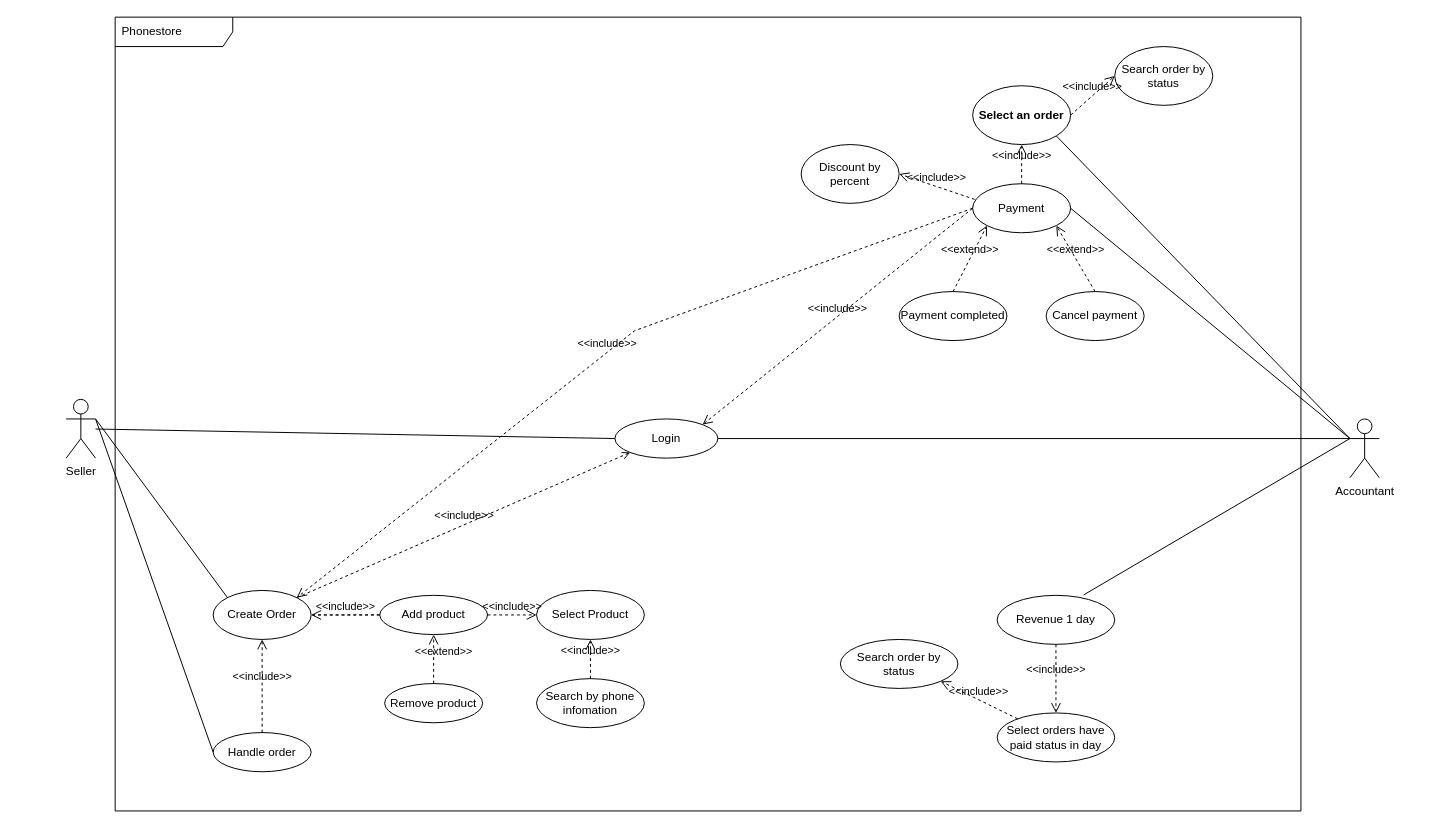
This is page "UseCase" (1 of 5) of Phonestore.drawio from anhdat2001d/Project-1, a draw.io file, before an edit. Source tidied: cells renumbered, new cells numbered last; positions are measured from the earlier drawing's top-left corner, leaving out a move shared by most shapes. Both pictures are drawn from the tidied source at 98%, with x=0, y=0 at pixel (66, 17).
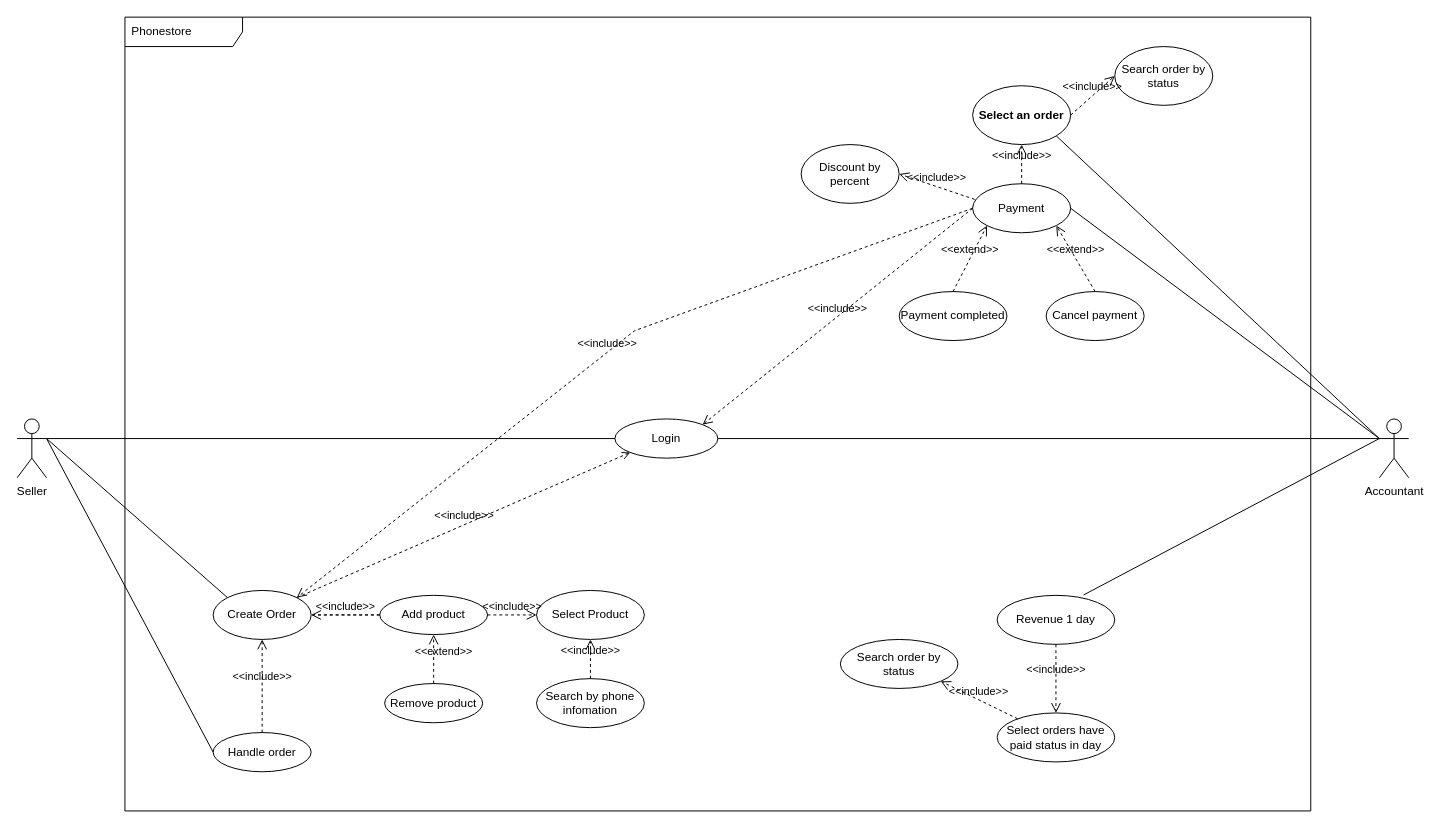
After the change.

The change refers to these unchanged cells:
```xml
<mxCell id="4" value="Login" style="ellipse;whiteSpace=wrap;html=1;" parent="1" vertex="1">
  <mxGeometry x="560" y="410" width="105" height="40" as="geometry" />
</mxCell>
<mxCell id="32" value="Revenue 1 day" style="ellipse;whiteSpace=wrap;html=1;" parent="1" vertex="1">
  <mxGeometry x="950" y="590" width="120" height="50" as="geometry" />
</mxCell>
```

What changed in the source:
```diff
@@
     <mxCell id="2" value="Accountant" style="shape=umlActor;verticalLabelPosition=bottom;verticalAlign=top;html=1;outlineConnect=0;" parent="1" vertex="1">
-      <mxGeometry x="1310" y="410" width="30" height="60" as="geometry" />
+      <mxGeometry x="1340" y="410" width="30" height="60" as="geometry" />
     </mxCell>
     <mxCell id="3" value="Seller" style="shape=umlActor;verticalLabelPosition=bottom;verticalAlign=top;html=1;outlineConnect=0;" parent="1" vertex="1">
-      <mxGeometry y="390" width="30" height="60" as="geometry" />
+      <mxGeometry x="-50" y="410" width="30" height="60" as="geometry" />
     </mxCell>
@@
-    <mxCell id="10" style="endArrow=none;html=1;rounded=0;entryX=0;entryY=0.5;entryDx=0;entryDy=0;" parent="1" edge="1" source="3" target="4">
+    <mxCell id="10" style="endArrow=none;html=1;rounded=0;entryX=0;entryY=0.5;entryDx=0;entryDy=0;exitX=1;exitY=0.3333333333333333;exitDx=0;exitDy=0;exitPerimeter=0;" parent="1" edge="1" source="3" target="4">
       <mxGeometry relative="1" as="geometry" />
     </mxCell>
@@
-    <mxCell id="28" style="endArrow=none;html=1;rounded=0;exitX=0.735;exitY=-0.008;exitDx=0;exitDy=0;exitPerimeter=0;" parent="1" edge="1" source="32">
-      <mxGeometry relative="1" as="geometry">
-        <mxPoint x="1310" y="430" as="targetPoint" />
-      </mxGeometry>
+    <mxCell id="28" style="endArrow=none;html=1;rounded=0;exitX=0.735;exitY=-0.008;exitDx=0;exitDy=0;exitPerimeter=0;entryX=0;entryY=0.3333333333333333;entryDx=0;entryDy=0;entryPerimeter=0;" parent="1" edge="1" source="32" target="2">
+      <mxGeometry relative="1" as="geometry" />
     </mxCell>
@@
     <mxCell id="43" value="Phonestore" style="shape=umlFrame;whiteSpace=wrap;html=1;width=120;height=30;boundedLbl=1;verticalAlign=middle;align=left;spacingLeft=5;" parent="1" vertex="1">
-      <mxGeometry x="50" width="1210" height="810" as="geometry" />
+      <mxGeometry x="60" width="1210" height="810" as="geometry" />
     </mxCell>
```
